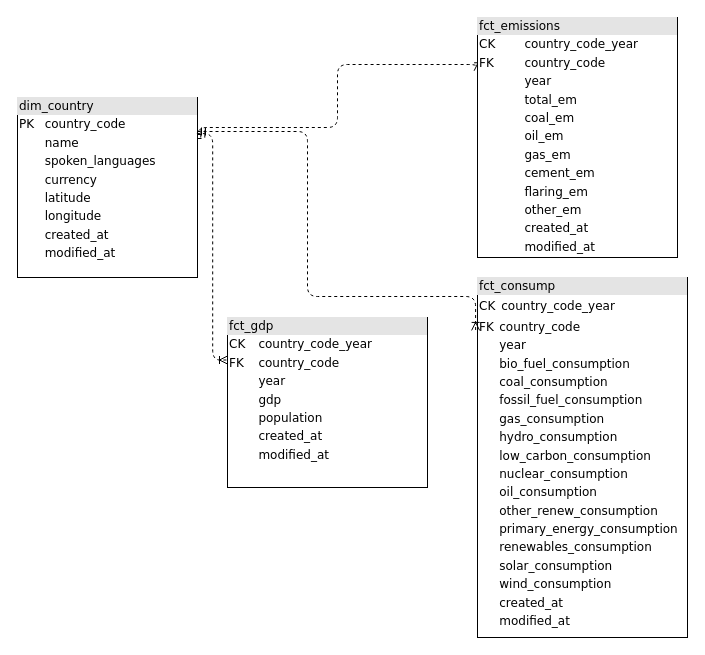
Before: models/data-model.drawio in Reed-Carter/Emissions-by-Country, a draw.io diagram. Source tidied: cells renumbered, new cells numbered last; positions are measured from the earlier drawing's top-left corner, leaving out a move shared by most shapes. Both pictures are drawn from the tidied source at 100%, with x=0, y=0 at pixel (17, 17).
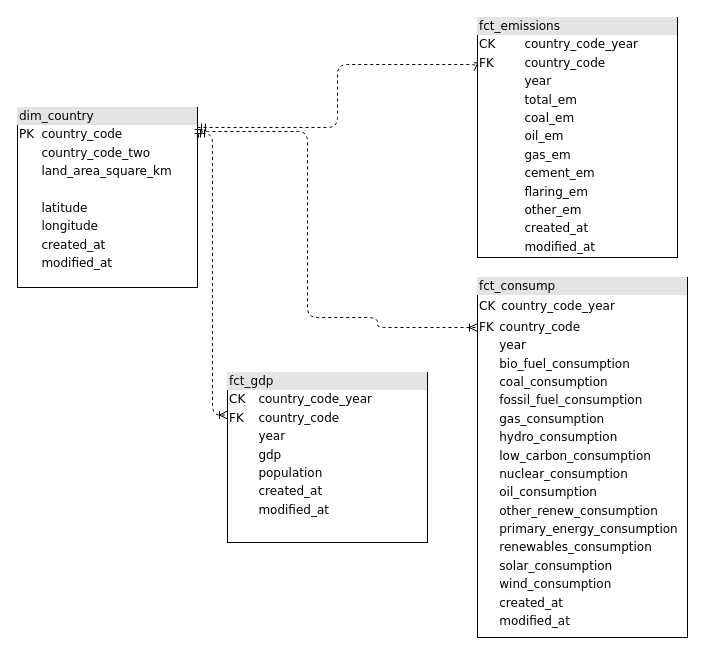
The same page after the edit.

What changed in the source:
```diff
@@
 <mxGraphModel>
   <root>
     <mxCell id="0" />
     <mxCell id="1" parent="0" />
-    <mxCell id="2" style="edgeStyle=orthogonalEdgeStyle;html=1;exitX=1;exitY=0.25;dashed=1;labelBackgroundColor=none;startArrow=ERmandOne;endArrow=ERoneToMany;fontFamily=Verdana;fontSize=12;align=left;entryX=0.003;entryY=0.222;entryDx=0;entryDy=0;entryPerimeter=0;exitDx=0;exitDy=0;" parent="1" edge="1" source="3" target="4">
+    <mxCell id="2" style="edgeStyle=orthogonalEdgeStyle;html=1;dashed=1;labelBackgroundColor=none;startArrow=ERmandOne;endArrow=ERoneToMany;fontFamily=Verdana;fontSize=12;align=left;entryX=0.003;entryY=0.222;entryDx=0;entryDy=0;entryPerimeter=0;" parent="1" edge="1" target="4">
       <mxGeometry relative="1" as="geometry">
+        <mxPoint x="180" y="110" as="sourcePoint" />
         <Array as="points">
-          <mxPoint x="180" y="110" />
           <mxPoint x="320" y="110" />
           <mxPoint x="320" y="47" />
+          <mxPoint x="461" y="47" />
         </Array>
       </mxGeometry>
     </mxCell>
-    <mxCell id="3" value="&lt;div style=&quot;box-sizing: border-box ; width: 100% ; background: #e4e4e4 ; padding: 2px&quot;&gt;dim_country&lt;/div&gt;&lt;table style=&quot;width: 100% ; font-size: 1em&quot; cellpadding=&quot;2&quot; cellspacing=&quot;0&quot;&gt;&lt;tbody&gt;&lt;tr&gt;&lt;td&gt;PK&lt;/td&gt;&lt;td&gt;country_code&lt;/td&gt;&lt;/tr&gt;&lt;tr&gt;&lt;td&gt;&lt;/td&gt;&lt;td&gt;name&lt;/td&gt;&lt;/tr&gt;&lt;tr&gt;&lt;td&gt;&lt;/td&gt;&lt;td&gt;spoken_languages&lt;/td&gt;&lt;/tr&gt;&lt;tr&gt;&lt;td&gt;&lt;br&gt;&lt;/td&gt;&lt;td&gt;currency&lt;br&gt;&lt;/td&gt;&lt;/tr&gt;&lt;tr&gt;&lt;td&gt;&lt;br&gt;&lt;/td&gt;&lt;td&gt;latitude&lt;/td&gt;&lt;/tr&gt;&lt;tr&gt;&lt;td&gt;&lt;br&gt;&lt;/td&gt;&lt;td&gt;longitude&lt;/td&gt;&lt;/tr&gt;&lt;tr&gt;&lt;td&gt;&lt;br&gt;&lt;/td&gt;&lt;td&gt;created_at&lt;/td&gt;&lt;/tr&gt;&lt;tr&gt;&lt;td&gt;&lt;br&gt;&lt;/td&gt;&lt;td&gt;modified_at&lt;/td&gt;&lt;/tr&gt;&lt;/tbody&gt;&lt;/table&gt;" style="verticalAlign=top;align=left;overflow=fill;html=1;rounded=0;shadow=0;comic=0;labelBackgroundColor=none;strokeWidth=1;fontFamily=Verdana;fontSize=12;" parent="1" vertex="1">
-      <mxGeometry y="80" width="180" height="180" as="geometry" />
+    <mxCell id="3" value="&lt;div style=&quot;box-sizing: border-box ; width: 100% ; background: #e4e4e4 ; padding: 2px&quot;&gt;dim_country&lt;/div&gt;&lt;table style=&quot;width: 100% ; font-size: 1em&quot; cellpadding=&quot;2&quot; cellspacing=&quot;0&quot;&gt;&lt;tbody&gt;&lt;tr&gt;&lt;td&gt;PK&lt;/td&gt;&lt;td&gt;country_code&lt;/td&gt;&lt;/tr&gt;&lt;tr&gt;&lt;td&gt;&lt;/td&gt;&lt;td&gt;country_code_two&lt;/td&gt;&lt;/tr&gt;&lt;tr&gt;&lt;td&gt;&lt;/td&gt;&lt;td&gt;land_area_square_km&lt;br&gt;&lt;/td&gt;&lt;/tr&gt;&lt;tr&gt;&lt;td&gt;&lt;br&gt;&lt;/td&gt;&lt;td&gt;&lt;br&gt;&lt;/td&gt;&lt;/tr&gt;&lt;tr&gt;&lt;td&gt;&lt;br&gt;&lt;/td&gt;&lt;td&gt;latitude&lt;/td&gt;&lt;/tr&gt;&lt;tr&gt;&lt;td&gt;&lt;br&gt;&lt;/td&gt;&lt;td&gt;longitude&lt;/td&gt;&lt;/tr&gt;&lt;tr&gt;&lt;td&gt;&lt;br&gt;&lt;/td&gt;&lt;td&gt;created_at&lt;/td&gt;&lt;/tr&gt;&lt;tr&gt;&lt;td&gt;&lt;br&gt;&lt;/td&gt;&lt;td&gt;modified_at&lt;/td&gt;&lt;/tr&gt;&lt;/tbody&gt;&lt;/table&gt;" style="verticalAlign=top;align=left;overflow=fill;html=1;rounded=0;shadow=0;comic=0;labelBackgroundColor=none;strokeWidth=1;fontFamily=Verdana;fontSize=12;" parent="1" vertex="1">
+      <mxGeometry y="90" width="180" height="180" as="geometry" />
     </mxCell>
     <mxCell id="4" value="&lt;div style=&quot;box-sizing: border-box ; width: 100% ; background: #e4e4e4 ; padding: 2px&quot;&gt;fct_emissions&lt;/div&gt;&lt;table style=&quot;width: 100% ; font-size: 1em&quot; cellpadding=&quot;2&quot; cellspacing=&quot;0&quot;&gt;&lt;tbody&gt;&lt;tr&gt;&lt;td&gt;CK&lt;/td&gt;&lt;td&gt;country_code_year&lt;/td&gt;&lt;/tr&gt;&lt;tr&gt;&lt;td&gt;FK&lt;/td&gt;&lt;td&gt;country_code&lt;br&gt;&lt;/td&gt;&lt;/tr&gt;&lt;tr&gt;&lt;td&gt;&lt;/td&gt;&lt;td&gt;year&lt;/td&gt;&lt;/tr&gt;&lt;tr&gt;&lt;td&gt;&lt;br&gt;&lt;/td&gt;&lt;td&gt;total_em&lt;br&gt;&lt;/td&gt;&lt;/tr&gt;&lt;tr&gt;&lt;td&gt;&lt;br&gt;&lt;/td&gt;&lt;td&gt;coal_em&lt;br&gt;&lt;/td&gt;&lt;/tr&gt;&lt;tr&gt;&lt;td&gt;&lt;br&gt;&lt;/td&gt;&lt;td&gt;oil_em&lt;br&gt;&lt;/td&gt;&lt;/tr&gt;&lt;tr&gt;&lt;td&gt;&lt;br&gt;&lt;/td&gt;&lt;td&gt;gas_em&lt;/td&gt;&lt;/tr&gt;&lt;tr&gt;&lt;td&gt;&lt;br&gt;&lt;/td&gt;&lt;td&gt;cement_em&lt;/td&gt;&lt;/tr&gt;&lt;tr&gt;&lt;td&gt;&lt;br&gt;&lt;/td&gt;&lt;td&gt;flaring_em&lt;/td&gt;&lt;/tr&gt;&lt;tr&gt;&lt;td&gt;&lt;span style=&quot;white-space: pre;&quot;&gt;&#9;&lt;/span&gt;&lt;br&gt;&lt;/td&gt;&lt;td&gt;other_em&lt;/td&gt;&lt;/tr&gt;&lt;tr&gt;&lt;td&gt;&lt;br&gt;&lt;/td&gt;&lt;td&gt;created_at&lt;/td&gt;&lt;/tr&gt;&lt;tr&gt;&lt;td&gt;&lt;br&gt;&lt;/td&gt;&lt;td&gt;modified_at&lt;/td&gt;&lt;/tr&gt;&lt;/tbody&gt;&lt;/table&gt;" style="verticalAlign=top;align=left;overflow=fill;html=1;rounded=0;shadow=0;comic=0;labelBackgroundColor=none;strokeWidth=1;fontFamily=Verdana;fontSize=12;" parent="1" vertex="1">
       <mxGeometry x="460" width="200" height="240" as="geometry" />
     </mxCell>
     <mxCell id="5" value="&lt;div style=&quot;box-sizing: border-box ; width: 100% ; background: #e4e4e4 ; padding: 2px&quot;&gt;fct_consump&lt;/div&gt;&lt;table style=&quot;width: 100% ; font-size: 1em&quot; cellpadding=&quot;2&quot; cellspacing=&quot;0&quot;&gt;&lt;tbody&gt;&lt;tr&gt;&lt;td&gt;CK&lt;/td&gt;&lt;td&gt;&lt;table style=&quot;border-color: var(--border-color); font-size: 1em; width: 250px;&quot; cellpadding=&quot;2&quot; cellspacing=&quot;0&quot;&gt;&lt;tbody style=&quot;border-color: var(--border-color);&quot;&gt;&lt;tr style=&quot;border-color: var(--border-color);&quot;&gt;&lt;td style=&quot;border-color: var(--border-color);&quot;&gt;country_code_year&lt;/td&gt;&lt;/tr&gt;&lt;tr style=&quot;border-color: var(--border-color);&quot;&gt;&lt;/tr&gt;&lt;/tbody&gt;&lt;/table&gt;&lt;/td&gt;&lt;/tr&gt;&lt;tr&gt;&lt;td&gt;FK&lt;/td&gt;&lt;td&gt;country_code&lt;br&gt;&lt;/td&gt;&lt;/tr&gt;&lt;tr&gt;&lt;td&gt;&lt;/td&gt;&lt;td&gt;year&lt;/td&gt;&lt;/tr&gt;&lt;tr&gt;&lt;td&gt;&lt;br&gt;&lt;/td&gt;&lt;td&gt;bio_fuel_consumption&lt;/td&gt;&lt;/tr&gt;&lt;tr&gt;&lt;td&gt;&lt;br&gt;&lt;/td&gt;&lt;td&gt;coal_consumption&lt;/td&gt;&lt;/tr&gt;&lt;tr&gt;&lt;td&gt;&lt;br&gt;&lt;/td&gt;&lt;td&gt;fossil_fuel_consumption&lt;/td&gt;&lt;/tr&gt;&lt;tr&gt;&lt;td&gt;&lt;br&gt;&lt;/td&gt;&lt;td&gt;gas_consumption&lt;/td&gt;&lt;/tr&gt;&lt;tr&gt;&lt;td&gt;&lt;br&gt;&lt;/td&gt;&lt;td&gt;hydro_consumption&lt;/td&gt;&lt;/tr&gt;&lt;tr&gt;&lt;td&gt;&lt;br&gt;&lt;/td&gt;&lt;td&gt;low_carbon_consumption&lt;/td&gt;&lt;/tr&gt;&lt;tr&gt;&lt;td&gt;&lt;br&gt;&lt;/td&gt;&lt;td&gt;nuclear_consumption&lt;/td&gt;&lt;/tr&gt;&lt;tr&gt;&lt;td&gt;&lt;br&gt;&lt;/td&gt;&lt;td&gt;oil_consumption&lt;/td&gt;&lt;/tr&gt;&lt;tr&gt;&lt;td&gt;&lt;br&gt;&lt;/td&gt;&lt;td&gt;other_renew_consumption&lt;/td&gt;&lt;/tr&gt;&lt;tr&gt;&lt;td&gt;&lt;br&gt;&lt;/td&gt;&lt;td&gt;primary_energy_consumption&lt;/td&gt;&lt;/tr&gt;&lt;tr&gt;&lt;td&gt;&lt;br&gt;&lt;/td&gt;&lt;td&gt;renewables_consumption&lt;/td&gt;&lt;/tr&gt;&lt;tr&gt;&lt;td&gt;&lt;br&gt;&lt;/td&gt;&lt;td&gt;solar_consumption&lt;/td&gt;&lt;/tr&gt;&lt;tr&gt;&lt;td&gt;&lt;br&gt;&lt;/td&gt;&lt;td&gt;wind_consumption&lt;/td&gt;&lt;/tr&gt;&lt;tr&gt;&lt;td&gt;&lt;br&gt;&lt;/td&gt;&lt;td&gt;created_at&lt;/td&gt;&lt;/tr&gt;&lt;tr&gt;&lt;td&gt;&lt;br&gt;&lt;/td&gt;&lt;td&gt;modified_at&lt;/td&gt;&lt;/tr&gt;&lt;/tbody&gt;&lt;/table&gt;" style="verticalAlign=top;align=left;overflow=fill;html=1;rounded=0;shadow=0;comic=0;labelBackgroundColor=none;strokeWidth=1;fontFamily=Verdana;fontSize=12;" parent="1" vertex="1">
       <mxGeometry x="460" y="260" width="210" height="360" as="geometry" />
     </mxCell>
-    <mxCell id="6" style="edgeStyle=orthogonalEdgeStyle;html=1;exitX=1;exitY=0.25;dashed=1;labelBackgroundColor=none;startArrow=ERmandOne;endArrow=ERoneToMany;fontFamily=Verdana;fontSize=12;align=left;exitDx=0;exitDy=0;entryX=-0.009;entryY=0.147;entryDx=0;entryDy=0;entryPerimeter=0;" parent="1" edge="1" target="5">
+    <mxCell id="6" style="edgeStyle=orthogonalEdgeStyle;html=1;exitX=1.006;exitY=0.167;dashed=1;labelBackgroundColor=none;startArrow=ERmandOne;endArrow=ERoneToMany;fontFamily=Verdana;fontSize=12;align=left;exitDx=0;exitDy=0;exitPerimeter=0;" parent="1" edge="1" source="3">
       <mxGeometry relative="1" as="geometry">
-        <mxPoint x="180" y="114" as="sourcePoint" />
+        <mxPoint x="460" y="310" as="targetPoint" />
         <Array as="points">
+          <mxPoint x="181" y="114" />
           <mxPoint x="290" y="114" />
-          <mxPoint x="290" y="279" />
+          <mxPoint x="290" y="300" />
+          <mxPoint x="360" y="300" />
+          <mxPoint x="360" y="310" />
         </Array>
       </mxGeometry>
     </mxCell>
     <mxCell id="7" value="&lt;div style=&quot;box-sizing: border-box ; width: 100% ; background: #e4e4e4 ; padding: 2px&quot;&gt;fct_gdp&lt;/div&gt;&lt;table style=&quot;width: 100% ; font-size: 1em&quot; cellpadding=&quot;2&quot; cellspacing=&quot;0&quot;&gt;&lt;tbody&gt;&lt;tr&gt;&lt;td&gt;CK&lt;/td&gt;&lt;td&gt;country_code_year&lt;/td&gt;&lt;/tr&gt;&lt;tr&gt;&lt;td&gt;FK&lt;/td&gt;&lt;td&gt;country_code&lt;br&gt;&lt;/td&gt;&lt;/tr&gt;&lt;tr&gt;&lt;td&gt;&lt;/td&gt;&lt;td&gt;year&lt;/td&gt;&lt;/tr&gt;&lt;tr&gt;&lt;td&gt;&lt;br&gt;&lt;/td&gt;&lt;td&gt;gdp&lt;/td&gt;&lt;/tr&gt;&lt;tr&gt;&lt;td&gt;&lt;br&gt;&lt;/td&gt;&lt;td&gt;population&lt;br&gt;&lt;/td&gt;&lt;/tr&gt;&lt;tr&gt;&lt;td&gt;&lt;br&gt;&lt;/td&gt;&lt;td&gt;created_at&lt;/td&gt;&lt;/tr&gt;&lt;tr&gt;&lt;td&gt;&lt;br&gt;&lt;/td&gt;&lt;td&gt;modified_at&lt;/td&gt;&lt;/tr&gt;&lt;/tbody&gt;&lt;/table&gt;" style="verticalAlign=top;align=left;overflow=fill;html=1;rounded=0;shadow=0;comic=0;labelBackgroundColor=none;strokeWidth=1;fontFamily=Verdana;fontSize=12;" parent="1" vertex="1">
-      <mxGeometry x="210" y="300" width="200" height="170" as="geometry" />
+      <mxGeometry x="210" y="355" width="200" height="170" as="geometry" />
     </mxCell>
-    <mxCell id="8" style="edgeStyle=orthogonalEdgeStyle;html=1;exitX=1;exitY=0.25;dashed=1;labelBackgroundColor=none;startArrow=ERmandOne;endArrow=ERoneToMany;fontFamily=Verdana;fontSize=12;align=left;entryX=0;entryY=0.25;entryDx=0;entryDy=0;exitDx=0;exitDy=0;" parent="1" edge="1" target="7">
+    <mxCell id="8" style="edgeStyle=orthogonalEdgeStyle;html=1;dashed=1;labelBackgroundColor=none;startArrow=ERmandOne;endArrow=ERoneToMany;fontFamily=Verdana;fontSize=12;align=left;entryX=0;entryY=0.25;entryDx=0;entryDy=0;" parent="1" edge="1" target="7">
       <mxGeometry relative="1" as="geometry">
-        <mxPoint x="179.4" y="115.9" as="sourcePoint" />
+        <mxPoint x="179" y="116" as="sourcePoint" />
+        <Array as="points">
+          <mxPoint x="195" y="116" />
+          <mxPoint x="195" y="398" />
+        </Array>
       </mxGeometry>
     </mxCell>
   </root>
 </mxGraphModel>
```
